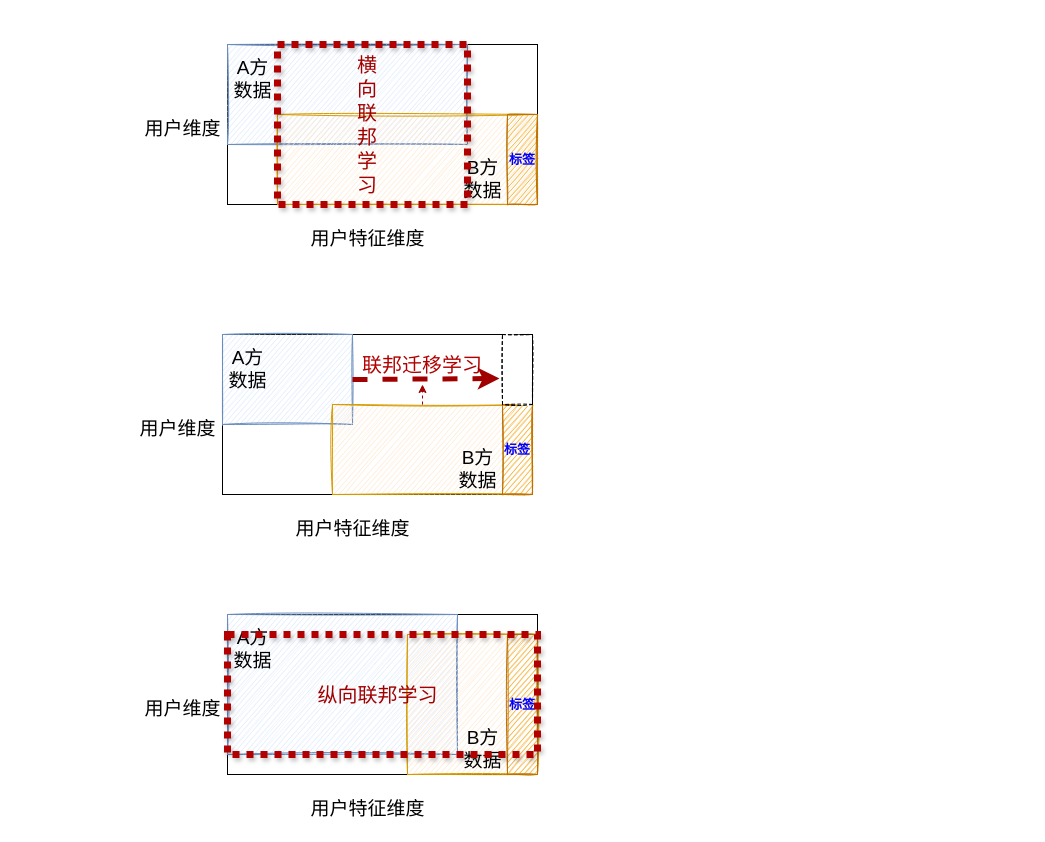
Before: 联邦学习分类.drawio in iaak/hello-world, a draw.io diagram. Source tidied: cells renumbered, new cells numbered last; positions are measured from the earlier drawing's top-left corner, leaving out a move shared by most shapes. Both pictures are drawn from the tidied source at 100%, with x=0, y=0 at pixel (132, 44).
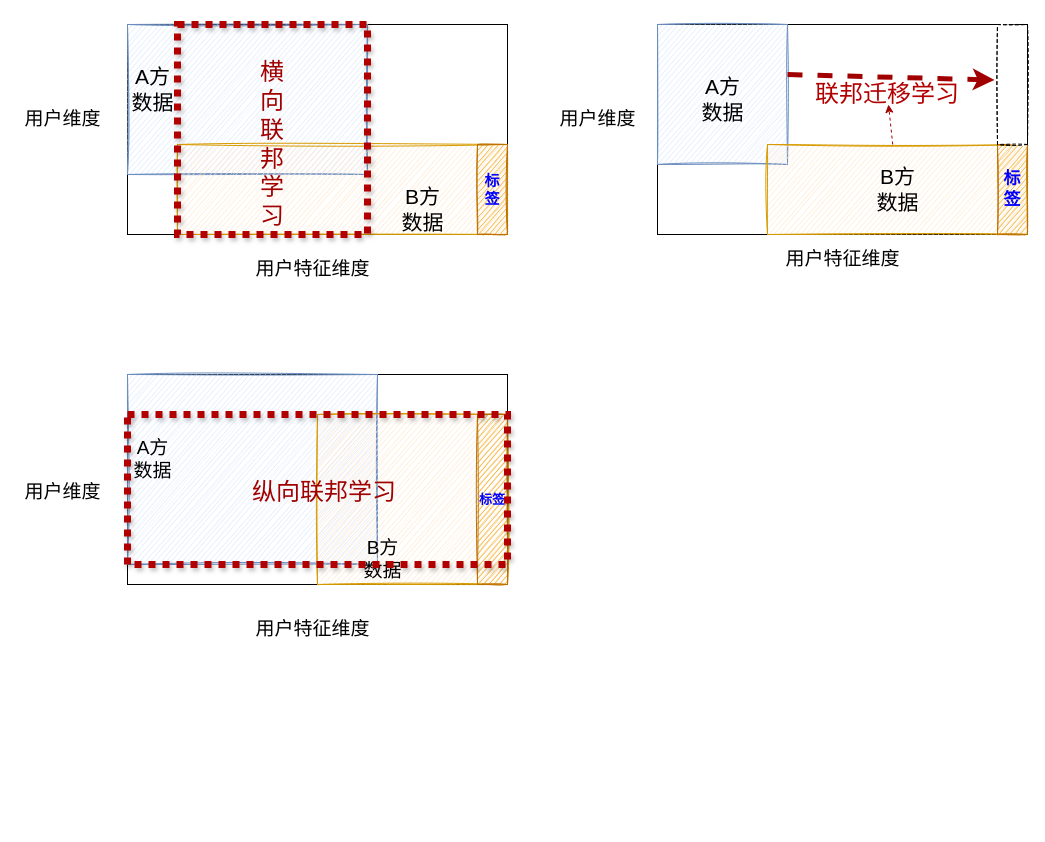
The same diagram, later.

Commit message:
Update 联邦学习分类.drawio

What changed in the source:
```diff
@@
     <mxCell id="2" style="rounded=0;whiteSpace=wrap;html=1;perimeterSpacing=0;" parent="1" vertex="1">
-      <mxGeometry x="95" width="310" height="160" as="geometry" />
+      <mxGeometry x="-5" y="-20" width="380" height="210" as="geometry" />
     </mxCell>
     <mxCell id="3" style="rounded=0;whiteSpace=wrap;html=1;fillColor=#dae8fc;sketch=1;strokeColor=#6c8ebf;fontSize=19;perimeterSpacing=0;" parent="1" vertex="1">
-      <mxGeometry x="95" width="240" height="100" as="geometry" />
+      <mxGeometry x="-5" y="-20" width="240" height="150" as="geometry" />
     </mxCell>
     <mxCell id="4" style="rounded=0;whiteSpace=wrap;html=1;sketch=1;fillColor=#ffe6cc;strokeColor=#d79b00;perimeterSpacing=0;" parent="1" vertex="1">
-      <mxGeometry x="145" y="70" width="260" height="90" as="geometry" />
+      <mxGeometry x="45" y="100" width="330" height="90" as="geometry" />
     </mxCell>
-    <mxCell id="5" value="&lt;font style=&quot;font-size: 13px&quot; color=&quot;#0000ff&quot;&gt;&lt;b&gt;标签&lt;/b&gt;&lt;/font&gt;" style="rounded=0;whiteSpace=wrap;html=1;sketch=1;fillColor=#f0a30a;strokeColor=#BD7000;fontColor=#ffffff;perimeterSpacing=0;" parent="1" vertex="1">
-      <mxGeometry x="375" y="70" width="30" height="90" as="geometry" />
+    <mxCell id="5" value="&lt;font color=&quot;#0000ff&quot; size=&quot;1&quot;&gt;&lt;b style=&quot;font-size: 15px&quot;&gt;标签&lt;/b&gt;&lt;/font&gt;" style="rounded=0;whiteSpace=wrap;html=1;sketch=1;fillColor=#f0a30a;strokeColor=#BD7000;fontColor=#ffffff;perimeterSpacing=0;" parent="1" vertex="1">
+      <mxGeometry x="345" y="100" width="30" height="90" as="geometry" />
     </mxCell>
-    <mxCell id="6" value="A方&lt;br&gt;数据" style="text;html=1;align=center;verticalAlign=middle;fontSize=19;perimeterSpacing=0;" parent="1" vertex="1">
-      <mxGeometry x="95" y="10" width="50" height="50" as="geometry" />
+    <mxCell id="6" value="&lt;font style=&quot;font-size: 21px&quot;&gt;A方&lt;br&gt;数据&lt;/font&gt;" style="text;html=1;align=center;verticalAlign=middle;fontSize=19;perimeterSpacing=0;" parent="1" vertex="1">
+      <mxGeometry x="-10" y="20" width="60" height="50" as="geometry" />
     </mxCell>
-    <mxCell id="7" value="B方&lt;br&gt;数据" style="text;html=1;align=center;verticalAlign=middle;fontSize=19;fontColor=#000000;perimeterSpacing=0;" parent="1" vertex="1">
-      <mxGeometry x="325" y="110" width="50" height="50" as="geometry" />
+    <mxCell id="7" value="&lt;font style=&quot;font-size: 21px&quot;&gt;B方&lt;br&gt;数据&lt;/font&gt;" style="text;html=1;align=center;verticalAlign=middle;fontSize=19;fontColor=#000000;perimeterSpacing=0;strokeWidth=1;" parent="1" vertex="1">
+      <mxGeometry x="260" y="140" width="60" height="50" as="geometry" />
     </mxCell>
     <mxCell id="8" value="用户维度" style="text;html=1;align=center;verticalAlign=middle;fontSize=19;fontColor=#000000;perimeterSpacing=0;" parent="1" vertex="1">
-      <mxGeometry x="5" y="70" width="90" height="30" as="geometry" />
+      <mxGeometry x="-115" y="60" width="90" height="30" as="geometry" />
     </mxCell>
     <mxCell id="9" value="用户特征维度" style="text;html=1;align=center;verticalAlign=middle;fontSize=19;fontColor=#000000;perimeterSpacing=0;" parent="1" vertex="1">
-      <mxGeometry x="170" y="180" width="130" height="30" as="geometry" />
+      <mxGeometry x="115" y="210" width="130" height="30" as="geometry" />
     </mxCell>
     <mxCell id="10" style="rounded=0;whiteSpace=wrap;html=1;sketch=0;fontSize=20;fontColor=#ffffff;strokeWidth=7;dashed=1;perimeterSpacing=0;shadow=1;strokeColor=#B20000;fillColor=none;dashPattern=1 1;" parent="1" vertex="1">
-      <mxGeometry x="145" width="190" height="160" as="geometry" />
+      <mxGeometry x="45" y="-20" width="190" height="210" as="geometry" />
     </mxCell>
-    <mxCell id="11" value="横向联邦学习" style="text;html=1;strokeColor=none;fillColor=none;align=center;verticalAlign=middle;whiteSpace=wrap;rounded=0;shadow=1;dashed=1;dashPattern=1 1;sketch=1;fontSize=20;fontColor=#A10000;" parent="1" vertex="1">
-      <mxGeometry x="215" y="70" width="40" height="20" as="geometry" />
+    <mxCell id="11" value="&lt;font style=&quot;font-size: 24px&quot;&gt;横向联邦学习&lt;/font&gt;" style="text;html=1;strokeColor=none;fillColor=none;align=center;verticalAlign=middle;whiteSpace=wrap;rounded=0;shadow=1;dashed=1;dashPattern=1 1;sketch=1;fontSize=20;fontColor=#A10000;" parent="1" vertex="1">
+      <mxGeometry x="120" y="90" width="40" height="20" as="geometry" />
     </mxCell>
     <mxCell id="12" style="rounded=0;whiteSpace=wrap;html=1;perimeterSpacing=0;" parent="1" vertex="1">
-      <mxGeometry x="95" y="570" width="310" height="160" as="geometry" />
+      <mxGeometry x="-5" y="330" width="380" height="210" as="geometry" />
     </mxCell>
     <mxCell id="13" style="rounded=0;whiteSpace=wrap;html=1;fillColor=#dae8fc;sketch=1;strokeColor=#6c8ebf;fontSize=19;perimeterSpacing=0;" parent="1" vertex="1">
-      <mxGeometry x="95" y="570" width="230" height="140" as="geometry" />
+      <mxGeometry x="-5" y="330" width="250" height="190" as="geometry" />
     </mxCell>
     <mxCell id="14" style="rounded=0;whiteSpace=wrap;html=1;sketch=1;fillColor=#ffe6cc;strokeColor=#d79b00;perimeterSpacing=0;" parent="1" vertex="1">
-      <mxGeometry x="275" y="590" width="130" height="140" as="geometry" />
+      <mxGeometry x="185" y="370" width="190" height="170" as="geometry" />
     </mxCell>
     <mxCell id="15" value="&lt;font style=&quot;font-size: 13px&quot; color=&quot;#0000ff&quot;&gt;&lt;b&gt;标签&lt;/b&gt;&lt;/font&gt;" style="rounded=0;whiteSpace=wrap;html=1;sketch=1;fillColor=#f0a30a;strokeColor=#BD7000;fontColor=#ffffff;perimeterSpacing=0;" parent="1" vertex="1">
-      <mxGeometry x="375" y="590" width="30" height="140" as="geometry" />
+      <mxGeometry x="345" y="370" width="30" height="170" as="geometry" />
     </mxCell>
     <mxCell id="16" value="A方&lt;br&gt;数据" style="text;html=1;align=center;verticalAlign=middle;fontSize=19;perimeterSpacing=0;" parent="1" vertex="1">
-      <mxGeometry x="95" y="580" width="50" height="50" as="geometry" />
+      <mxGeometry x="-5" y="390" width="50" height="50" as="geometry" />
     </mxCell>
     <mxCell id="17" value="B方&lt;br&gt;数据" style="text;html=1;align=center;verticalAlign=middle;fontSize=19;fontColor=#000000;perimeterSpacing=0;" parent="1" vertex="1">
-      <mxGeometry x="325" y="680" width="50" height="50" as="geometry" />
+      <mxGeometry x="225" y="490" width="50" height="50" as="geometry" />
     </mxCell>
     <mxCell id="18" value="用户维度" style="text;html=1;align=center;verticalAlign=middle;fontSize=19;fontColor=#000000;perimeterSpacing=0;" parent="1" vertex="1">
-      <mxGeometry x="5" y="650" width="90" height="30" as="geometry" />
+      <mxGeometry x="-115" y="432.5" width="90" height="30" as="geometry" />
     </mxCell>
     <mxCell id="19" value="用户特征维度" style="text;html=1;align=center;verticalAlign=middle;fontSize=19;fontColor=#000000;perimeterSpacing=0;" parent="1" vertex="1">
-      <mxGeometry x="170" y="750" width="130" height="30" as="geometry" />
+      <mxGeometry x="115" y="570" width="130" height="30" as="geometry" />
     </mxCell>
     <mxCell id="20" style="rounded=0;whiteSpace=wrap;html=1;sketch=0;fontSize=20;fontColor=#ffffff;strokeWidth=7;dashed=1;perimeterSpacing=0;shadow=1;fillColor=none;dashPattern=1 1;strokeColor=#B20000;" parent="1" vertex="1">
-      <mxGeometry x="95" y="590" width="310" height="120" as="geometry" />
+      <mxGeometry x="-5" y="370" width="380" height="150" as="geometry" />
     </mxCell>
-    <mxCell id="21" value="纵向联邦学习" style="text;html=1;strokeColor=none;fillColor=none;align=center;verticalAlign=middle;whiteSpace=wrap;rounded=0;shadow=1;dashed=1;dashPattern=1 1;sketch=1;fontSize=20;fontColor=#A10000;" parent="1" vertex="1">
-      <mxGeometry x="177.5" y="642.5" width="135" height="15" as="geometry" />
+    <mxCell id="21" value="&lt;font style=&quot;font-size: 24px&quot;&gt;纵向联邦学习&lt;/font&gt;" style="text;html=1;strokeColor=none;fillColor=none;align=center;verticalAlign=middle;whiteSpace=wrap;rounded=0;shadow=1;dashed=1;dashPattern=1 1;sketch=1;fontSize=20;fontColor=#A10000;" parent="1" vertex="1">
+      <mxGeometry x="107.5" y="440" width="167.5" height="15" as="geometry" />
     </mxCell>
     <mxCell id="22" style="rounded=0;whiteSpace=wrap;html=1;perimeterSpacing=0;" parent="1" vertex="1">
-      <mxGeometry x="90" y="290" width="310" height="160" as="geometry" />
+      <mxGeometry x="525" y="-20" width="370" height="210" as="geometry" />
     </mxCell>
     <mxCell id="23" style="rounded=0;whiteSpace=wrap;html=1;fillColor=#dae8fc;sketch=1;strokeColor=#6c8ebf;fontSize=19;perimeterSpacing=0;" parent="1" vertex="1">
-      <mxGeometry x="90" y="290" width="130" height="90" as="geometry" />
+      <mxGeometry x="525" y="-20" width="130" height="140" as="geometry" />
     </mxCell>
     <mxCell id="24" style="rounded=0;whiteSpace=wrap;html=1;sketch=1;fillColor=#ffe6cc;strokeColor=#d79b00;perimeterSpacing=0;" parent="1" vertex="1">
-      <mxGeometry x="200" y="360" width="200" height="90" as="geometry" />
+      <mxGeometry x="635" y="100" width="260" height="90" as="geometry" />
     </mxCell>
-    <mxCell id="25" value="&lt;font style=&quot;font-size: 13px&quot; color=&quot;#0000ff&quot;&gt;&lt;b&gt;标签&lt;/b&gt;&lt;/font&gt;" style="rounded=0;whiteSpace=wrap;html=1;sketch=1;fillColor=#f0a30a;strokeColor=#BD7000;fontColor=#ffffff;perimeterSpacing=0;" parent="1" vertex="1">
-      <mxGeometry x="370" y="360" width="30" height="90" as="geometry" />
+    <mxCell id="25" value="&lt;font color=&quot;#0000ff&quot; size=&quot;1&quot;&gt;&lt;b style=&quot;font-size: 17px&quot;&gt;标签&lt;/b&gt;&lt;/font&gt;" style="rounded=0;whiteSpace=wrap;html=1;sketch=1;fillColor=#f0a30a;strokeColor=#BD7000;fontColor=#ffffff;perimeterSpacing=0;" parent="1" vertex="1">
+      <mxGeometry x="865" y="100" width="30" height="90" as="geometry" />
     </mxCell>
-    <mxCell id="26" value="A方&lt;br&gt;数据" style="text;html=1;align=center;verticalAlign=middle;fontSize=19;perimeterSpacing=0;" parent="1" vertex="1">
-      <mxGeometry x="90" y="300" width="50" height="50" as="geometry" />
+    <mxCell id="26" value="&lt;font style=&quot;font-size: 21px&quot;&gt;A方&lt;br&gt;数据&lt;/font&gt;" style="text;html=1;align=center;verticalAlign=middle;fontSize=19;perimeterSpacing=0;" parent="1" vertex="1">
+      <mxGeometry x="560" y="30" width="60" height="50" as="geometry" />
     </mxCell>
-    <mxCell id="27" value="B方&lt;br&gt;数据" style="text;html=1;align=center;verticalAlign=middle;fontSize=19;fontColor=#000000;perimeterSpacing=0;" parent="1" vertex="1">
-      <mxGeometry x="320" y="400" width="50" height="50" as="geometry" />
+    <mxCell id="27" value="&lt;font style=&quot;font-size: 21px&quot;&gt;B方&lt;br&gt;数据&lt;/font&gt;" style="text;html=1;align=center;verticalAlign=middle;fontSize=19;fontColor=#000000;perimeterSpacing=0;" parent="1" vertex="1">
+      <mxGeometry x="735" y="120" width="60" height="50" as="geometry" />
     </mxCell>
     <mxCell id="28" value="用户维度" style="text;html=1;align=center;verticalAlign=middle;fontSize=19;fontColor=#000000;perimeterSpacing=0;" parent="1" vertex="1">
-      <mxGeometry y="370" width="90" height="30" as="geometry" />
+      <mxGeometry x="420" y="60" width="90" height="30" as="geometry" />
     </mxCell>
     <mxCell id="29" value="用户特征维度" style="text;html=1;align=center;verticalAlign=middle;fontSize=19;fontColor=#000000;perimeterSpacing=0;" parent="1" vertex="1">
-      <mxGeometry x="155" y="470" width="130" height="30" as="geometry" />
+      <mxGeometry x="645" y="200" width="130" height="30" as="geometry" />
     </mxCell>
-    <mxCell id="30" value="&lt;font color=&quot;#b20000&quot;&gt;联邦迁移学习&lt;/font&gt;" style="text;html=1;strokeColor=none;fillColor=none;align=center;verticalAlign=middle;whiteSpace=wrap;rounded=0;shadow=1;dashed=1;dashPattern=1 1;sketch=1;fontSize=20;fontColor=#000000;" parent="1" vertex="1">
-      <mxGeometry x="210" y="310" width="160" height="20" as="geometry" />
+    <mxCell id="30" value="&lt;font color=&quot;#b20000&quot; style=&quot;font-size: 24px&quot;&gt;联邦迁移学习&lt;/font&gt;" style="text;html=1;strokeColor=none;fillColor=none;align=center;verticalAlign=middle;whiteSpace=wrap;rounded=0;shadow=1;dashed=1;dashPattern=1 1;sketch=1;fontSize=20;fontColor=#000000;" parent="1" vertex="1">
+      <mxGeometry x="675" y="40" width="160" height="20" as="geometry" />
     </mxCell>
-    <mxCell id="31" style="endArrow=classic;html=1;fontSize=20;fontColor=#A10000;exitX=1;exitY=0.5;exitDx=0;exitDy=0;entryX=-0.1;entryY=0.629;entryDx=0;entryDy=0;entryPerimeter=0;dashed=1;strokeWidth=5;strokeColor=#A10000;" parent="1" edge="1" source="23" target="32">
-      <mxGeometry relative="1" as="geometry" />
+    <mxCell id="31" style="endArrow=classic;html=1;fontSize=20;fontColor=#A10000;exitX=1;exitY=0.5;exitDx=0;exitDy=0;entryX=-0.1;entryY=0.629;entryDx=0;entryDy=0;entryPerimeter=0;dashed=1;strokeWidth=5;strokeColor=#A10000;" parent="1" edge="1">
+      <mxGeometry relative="1" as="geometry">
+        <mxPoint x="655" y="30" as="sourcePoint" />
+        <mxPoint x="862" y="35.5" as="targetPoint" />
+      </mxGeometry>
     </mxCell>
     <mxCell id="32" style="rounded=0;whiteSpace=wrap;html=1;dashed=1;sketch=1;" parent="1" vertex="1">
-      <mxGeometry x="370" y="290" width="30" height="70" as="geometry" />
+      <mxGeometry x="865" y="-20" width="30" height="120" as="geometry" />
     </mxCell>
-    <mxCell id="33" style="endArrow=classic;html=1;fontSize=20;fontColor=#A10000;strokeColor=#A10000;strokeWidth=1;dashed=1;" parent="1" edge="1">
+    <mxCell id="33" style="endArrow=classic;html=1;fontSize=20;fontColor=#A10000;strokeColor=#A10000;strokeWidth=1;dashed=1;" parent="1" edge="1" source="24">
       <mxGeometry relative="1" as="geometry">
-        <mxPoint x="290" y="360" as="sourcePoint" />
-        <mxPoint x="290" y="340" as="targetPoint" />
+        <mxPoint x="756" y="60" as="targetPoint" />
       </mxGeometry>
     </mxCell>
```
